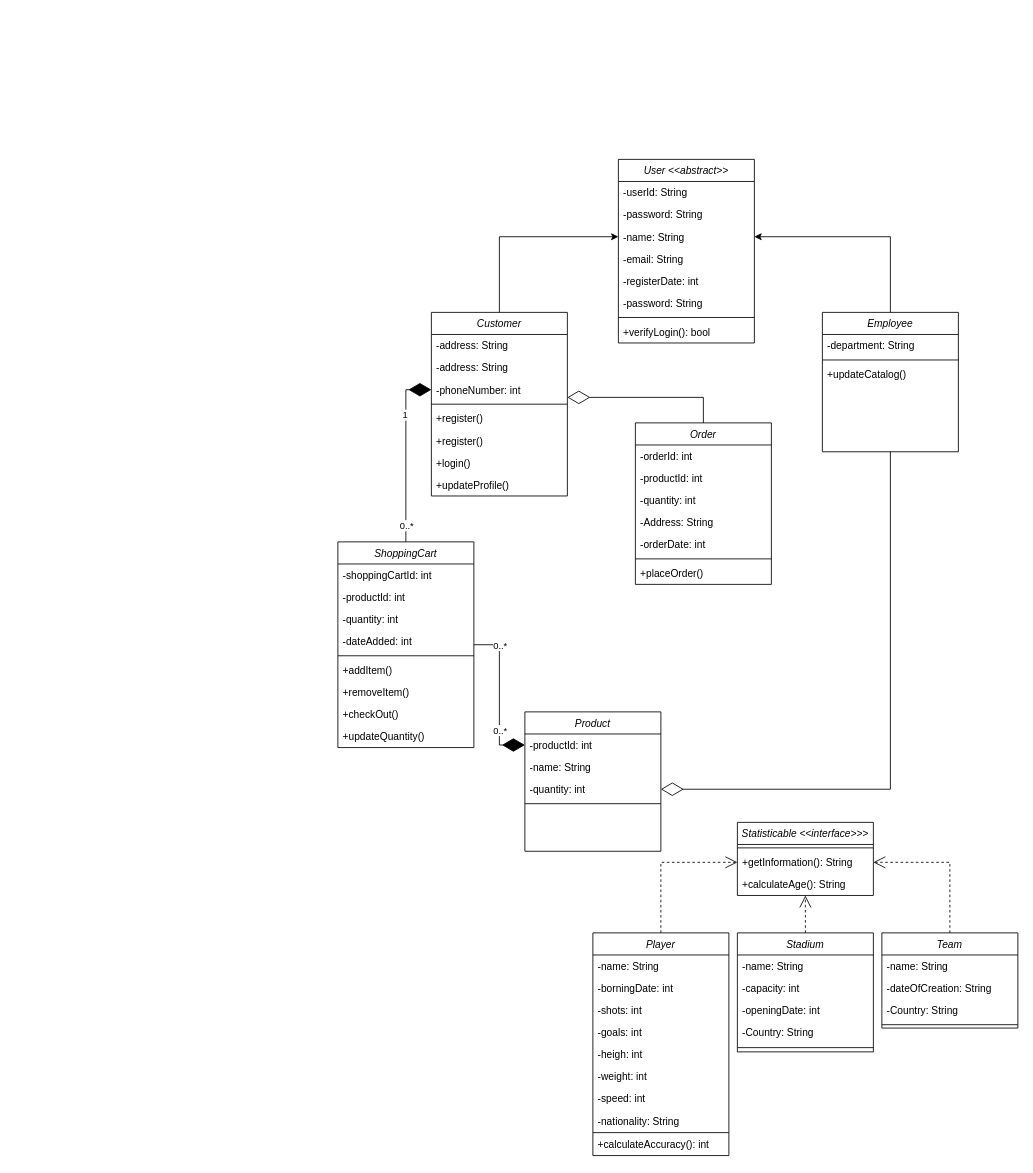
Above: Documentation/Class Diagram.drawio in Azuara97/HockeyLeagues (draw.io), before the change. Source tidied: cells renumbered, new cells numbered last; positions are measured from the earlier drawing's top-left corner, leaving out a move shared by most shapes. Both pictures are drawn from the tidied source at 85%, with x=0, y=0 at pixel (337, 159).
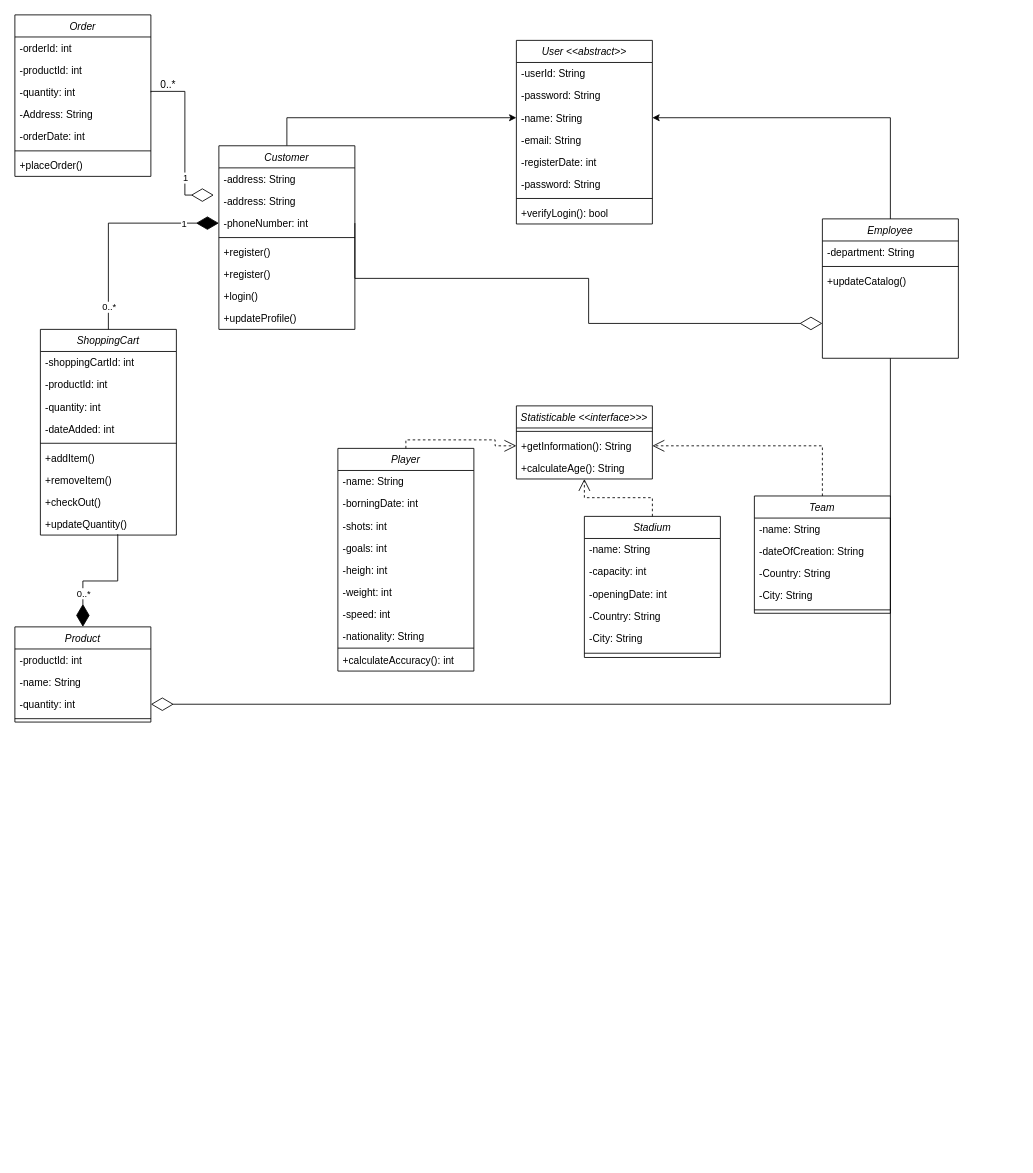
The same page after the edit.

Unchanged cells that the change refers to:
```xml
<mxCell id="14" value="-address: String" style="text;align=left;verticalAlign=top;spacingLeft=4;spacingRight=4;overflow=hidden;points=[[0,0.5],[1,0.5]];portConstraint=eastwest;rounded=0;shadow=0;html=0;" parent="12" vertex="1">
  <mxGeometry y="52" width="160" height="26" as="geometry" />
</mxCell>
<mxCell id="15" value="-phoneNumber: int" style="text;align=left;verticalAlign=top;spacingLeft=4;spacingRight=4;overflow=hidden;points=[[0,0.5],[1,0.5]];portConstraint=eastwest;rounded=0;shadow=0;html=0;" parent="12" vertex="1">
  <mxGeometry y="78" width="160" height="26" as="geometry" />
</mxCell>
<mxCell id="35" value="+updateQuantity()" style="text;align=left;verticalAlign=top;spacingLeft=4;spacingRight=4;overflow=hidden;points=[[0,0.5],[1,0.5]];portConstraint=eastwest;rounded=0;shadow=0;html=0;" parent="26" vertex="1">
  <mxGeometry y="216" width="160" height="26" as="geometry" />
</mxCell>
<mxCell id="40" value="-productId: int" style="text;align=left;verticalAlign=top;spacingLeft=4;spacingRight=4;overflow=hidden;points=[[0,0.5],[1,0.5]];portConstraint=eastwest;rounded=0;shadow=0;html=0;" parent="39" vertex="1">
  <mxGeometry y="26" width="160" height="26" as="geometry" />
</mxCell>
<mxCell id="51" value="-quantity: int" style="text;align=left;verticalAlign=top;spacingLeft=4;spacingRight=4;overflow=hidden;points=[[0,0.5],[1,0.5]];portConstraint=eastwest;rounded=0;shadow=0;html=0;" parent="48" vertex="1">
  <mxGeometry y="78" width="160" height="26" as="geometry" />
</mxCell>
```

Diff of the diagram source:
```diff
@@
     <mxCell id="2" value="User &lt;&lt;abstract&gt;&gt;" style="swimlane;fontStyle=2;align=center;verticalAlign=top;horizontal=1;startSize=26;rounded=0;shadow=0;strokeWidth=1;" parent="1" vertex="1">
-      <mxGeometry x="330" width="160" height="216" as="geometry" />
+      <mxGeometry x="210" y="-140" width="160" height="216" as="geometry" />
     </mxCell>
@@
     <mxCell id="12" value="Customer" style="swimlane;fontStyle=2;align=center;verticalAlign=top;horizontal=1;startSize=26;rounded=0;shadow=0;strokeWidth=1;" parent="1" vertex="1">
-      <mxGeometry x="110" y="180" width="160" height="216" as="geometry" />
+      <mxGeometry x="-140" y="-16" width="160" height="216" as="geometry" />
     </mxCell>
@@
     <mxCell id="22" value="Employee" style="swimlane;fontStyle=2;align=center;verticalAlign=top;horizontal=1;startSize=26;rounded=0;shadow=0;strokeWidth=1;" parent="1" vertex="1">
-      <mxGeometry x="570" y="180" width="160" height="164" as="geometry" />
+      <mxGeometry x="570" y="70" width="160" height="164" as="geometry" />
     </mxCell>
@@
     <mxCell id="26" value="ShoppingCart" style="swimlane;fontStyle=2;align=center;verticalAlign=top;horizontal=1;startSize=26;rounded=0;shadow=0;strokeWidth=1;" parent="1" vertex="1">
-      <mxGeometry y="450" width="160" height="242" as="geometry" />
+      <mxGeometry x="-350" y="200" width="160" height="242" as="geometry" />
     </mxCell>
@@
     <mxCell id="38" value="1" style="edgeLabel;html=1;align=center;verticalAlign=middle;" parent="1" vertex="1">
-      <mxGeometry x="90" y="465" as="geometry">
+      <mxGeometry x="-170" y="240" as="geometry">
         <mxPoint x="-12" y="-165" as="offset" />
       </mxGeometry>
     </mxCell>
     <mxCell id="39" value="Product" style="swimlane;fontStyle=2;align=center;verticalAlign=top;horizontal=1;startSize=26;rounded=0;shadow=0;strokeWidth=1;" parent="1" vertex="1">
-      <mxGeometry x="220" y="650" width="160" height="164" as="geometry" />
+      <mxGeometry x="-380" y="550" width="160" height="112" as="geometry" />
     </mxCell>
@@
-    <mxCell id="44" style="endArrow=diamondThin;endFill=1;endSize=24;html=1;rounded=0;exitX=1;exitY=0.5;exitDx=0;exitDy=0;edgeStyle=orthogonalEdgeStyle;entryX=0;entryY=0.5;entryDx=0;entryDy=0;" parent="1" edge="1" source="26" target="40">
+    <mxCell id="44" style="endArrow=diamondThin;endFill=1;endSize=24;html=1;rounded=0;exitX=0.569;exitY=0.962;exitDx=0;exitDy=0;edgeStyle=orthogonalEdgeStyle;entryX=0.5;entryY=0;entryDx=0;entryDy=0;exitPerimeter=0;" parent="1" edge="1" source="35" target="39">
       <mxGeometry relative="1" as="geometry" />
     </mxCell>
@@
-    <mxCell id="46" value="0..*" style="edgeLabel;html=1;align=center;verticalAlign=middle;" parent="1" vertex="1">
-      <mxGeometry x="190" y="571" as="geometry" />
-    </mxCell>
@@
     <mxCell id="48" value="Order" style="swimlane;fontStyle=2;align=center;verticalAlign=top;horizontal=1;startSize=26;rounded=0;shadow=0;strokeWidth=1;" parent="1" vertex="1">
-      <mxGeometry x="350" y="310" width="160" height="190" as="geometry" />
+      <mxGeometry x="-380" y="-170" width="160" height="190" as="geometry" />
     </mxCell>
@@
-    <mxCell id="56" style="endArrow=diamondThin;endFill=0;endSize=24;html=1;rounded=0;entryX=1;entryY=0.846;entryDx=0;entryDy=0;entryPerimeter=0;edgeStyle=orthogonalEdgeStyle;exitX=0.5;exitY=0;exitDx=0;exitDy=0;" parent="1" edge="1" source="48" target="15">
-      <mxGeometry relative="1" as="geometry" />
-    </mxCell>
     <mxCell id="57" value="Statisticable &lt;&lt;interface&gt;&gt;&gt;" style="swimlane;fontStyle=2;align=center;verticalAlign=top;horizontal=1;startSize=26;rounded=0;shadow=0;strokeWidth=1;" parent="1" vertex="1">
-      <mxGeometry x="470" y="780" width="160" height="86" as="geometry" />
+      <mxGeometry x="210" y="290" width="160" height="86" as="geometry" />
     </mxCell>
@@
     <mxCell id="61" value="Player" style="swimlane;fontStyle=2;align=center;verticalAlign=top;horizontal=1;startSize=26;rounded=0;shadow=0;strokeWidth=1;" parent="1" vertex="1">
-      <mxGeometry x="300" y="910" width="160" height="262" as="geometry" />
+      <mxGeometry y="340" width="160" height="262" as="geometry" />
     </mxCell>
@@
     <mxCell id="72" value="Stadium" style="swimlane;fontStyle=2;align=center;verticalAlign=top;horizontal=1;startSize=26;rounded=0;shadow=0;strokeWidth=1;" parent="1" vertex="1">
-      <mxGeometry x="470" y="910" width="160" height="140" as="geometry" />
+      <mxGeometry x="290" y="420" width="160" height="166" as="geometry" />
     </mxCell>
@@
+    <mxCell id="86" value="-City: String" style="text;align=left;verticalAlign=top;spacingLeft=4;spacingRight=4;overflow=hidden;rounded=0;shadow=0;html=0;" parent="72" vertex="1">
+      <mxGeometry y="130" width="160" height="26" as="geometry" />
+    </mxCell>
     <mxCell id="77" style="line;html=1;strokeWidth=1;align=left;verticalAlign=middle;spacingTop=-1;spacingLeft=3;spacingRight=3;labelPosition=right;" parent="72" vertex="1">
-      <mxGeometry y="130" width="160" height="10" as="geometry" />
+      <mxGeometry y="156" width="160" height="10" as="geometry" />
     </mxCell>
     <mxCell id="78" value="Team" style="swimlane;fontStyle=2;align=center;verticalAlign=top;horizontal=1;startSize=26;rounded=0;shadow=0;strokeWidth=1;" parent="1" vertex="1">
-      <mxGeometry x="640" y="910" width="160" height="112" as="geometry" />
+      <mxGeometry x="490" y="396" width="160" height="138" as="geometry" />
     </mxCell>
@@
+    <mxCell id="87" value="-City: String" style="text;align=left;verticalAlign=top;spacingLeft=4;spacingRight=4;overflow=hidden;rounded=0;shadow=0;html=0;" parent="78" vertex="1">
+      <mxGeometry y="104" width="160" height="26" as="geometry" />
+    </mxCell>
     <mxCell id="82" style="line;html=1;strokeWidth=1;align=left;verticalAlign=middle;spacingTop=-1;spacingLeft=3;spacingRight=3;labelPosition=right;" parent="78" vertex="1">
-      <mxGeometry y="104" width="160" height="8" as="geometry" />
+      <mxGeometry y="130" width="160" height="8" as="geometry" />
     </mxCell>
@@
+    <mxCell id="88" style="endArrow=diamondThin;endFill=0;endSize=24;html=1;rounded=0;edgeStyle=orthogonalEdgeStyle;exitX=1;exitY=0.5;exitDx=0;exitDy=0;entryX=-0.037;entryY=0.231;entryDx=0;entryDy=0;entryPerimeter=0;" parent="1" edge="1" source="51" target="14">
+      <mxGeometry relative="1" as="geometry">
+        <Array as="points">
+          <mxPoint x="-220" y="-80" />
+          <mxPoint x="-180" y="-80" />
+          <mxPoint x="-180" y="42" />
+        </Array>
+      </mxGeometry>
+    </mxCell>
+    <mxCell id="89" value="1" style="edgeLabel;html=1;align=center;verticalAlign=middle;" parent="88" vertex="1">
+      <mxGeometry x="0.44" relative="1" as="geometry" />
+    </mxCell>
+    <mxCell id="46" value="0..*" style="text;html=1;align=center;verticalAlign=middle;strokeColor=none;fillColor=none;" parent="1" vertex="1">
+      <mxGeometry x="-220" y="-102" width="40" height="30" as="geometry" />
+    </mxCell>
+    <mxCell id="90" style="endArrow=diamondThin;endFill=0;endSize=24;html=1;rounded=0;exitX=1;exitY=0.5;exitDx=0;exitDy=0;edgeStyle=orthogonalEdgeStyle;entryX=0;entryY=0.75;entryDx=0;entryDy=0;" parent="1" edge="1" source="15" target="22">
+      <mxGeometry relative="1" as="geometry">
+        <Array as="points">
+          <mxPoint x="20" y="140" />
+          <mxPoint x="295" y="140" />
+          <mxPoint x="295" y="193" />
+        </Array>
+      </mxGeometry>
+    </mxCell>
```
